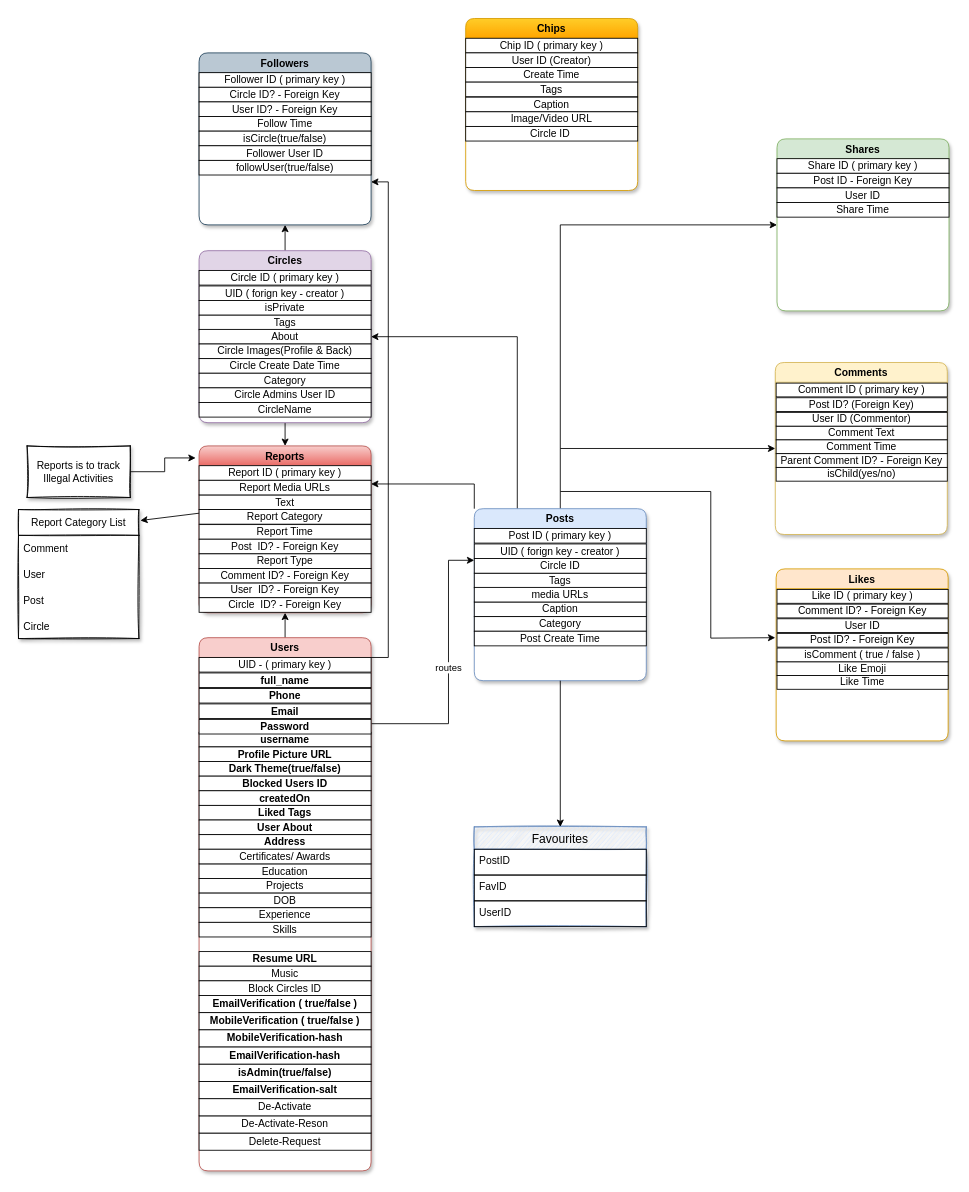
This is BackendV1-DBArchitecture.drawio from aghosh0605/social-app-backend, a draw.io file, before an edit. Source tidied: cells renumbered, new cells numbered last; positions are measured from the earlier drawing's top-left corner, leaving out a move shared by most shapes. Both pictures are drawn from the tidied source at 86%, with x=0, y=0 at pixel (18, 18).
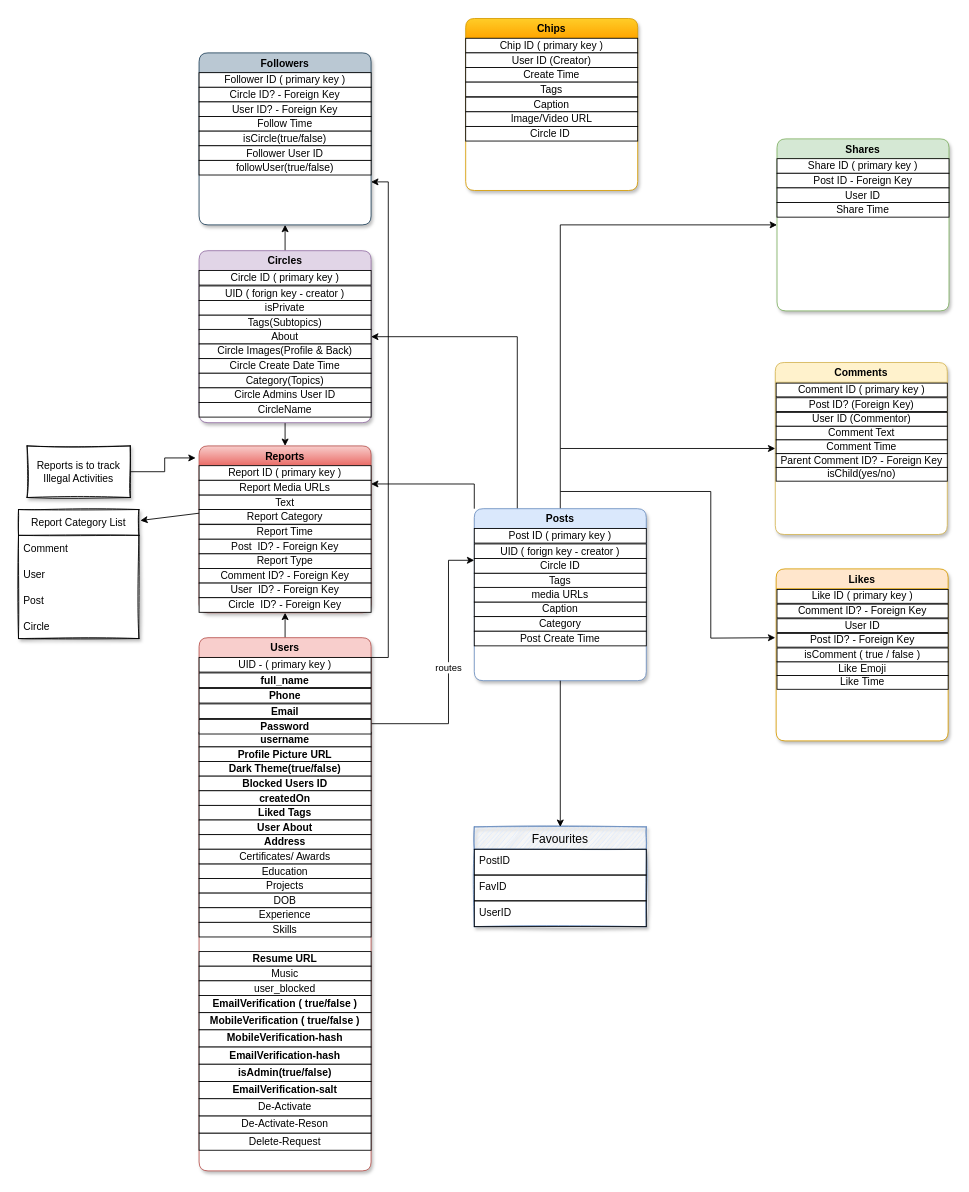
After the change.

Commit message (it also covers changes not shown here):
✅ Block User Done with Signup changes

The change refers to these unchanged cells:
```xml
<mxCell id="4" value="Users" style="swimlane;fillColor=#f8cecc;strokeColor=#b85450;shadow=1;rounded=1;swimlaneFillColor=default;" parent="1" vertex="1">
  <mxGeometry x="210" y="720" width="200" height="620" as="geometry" />
</mxCell>
<mxCell id="67" value="Circles" style="swimlane;fillColor=#e1d5e7;strokeColor=#9673a6;rounded=1;shadow=1;swimlaneFillColor=default;" parent="1" vertex="1">
  <mxGeometry x="210" y="270" width="200" height="200" as="geometry" />
</mxCell>
```

Change to the diagram source:
```diff
@@
-    <mxCell id="22" value="Block Circles ID" style="rounded=0;whiteSpace=wrap;html=1;" parent="4" vertex="1">
+    <mxCell id="22" value="user_blocked" style="rounded=0;whiteSpace=wrap;html=1;" parent="4" vertex="1">
       <mxGeometry y="399" width="200" height="17" as="geometry" />
     </mxCell>
@@
-    <mxCell id="70" value="Tags" style="rounded=0;whiteSpace=wrap;html=1;" parent="67" vertex="1">
+    <mxCell id="70" value="Tags(Subtopics)" style="rounded=0;whiteSpace=wrap;html=1;" parent="67" vertex="1">
       <mxGeometry y="75" width="200" height="17" as="geometry" />
     </mxCell>
@@
-    <mxCell id="75" value="Category" style="rounded=0;whiteSpace=wrap;html=1;" parent="67" vertex="1">
+    <mxCell id="75" value="Category(Topics)" style="rounded=0;whiteSpace=wrap;html=1;" parent="67" vertex="1">
       <mxGeometry y="142.5" width="200" height="17" as="geometry" />
     </mxCell>
```
